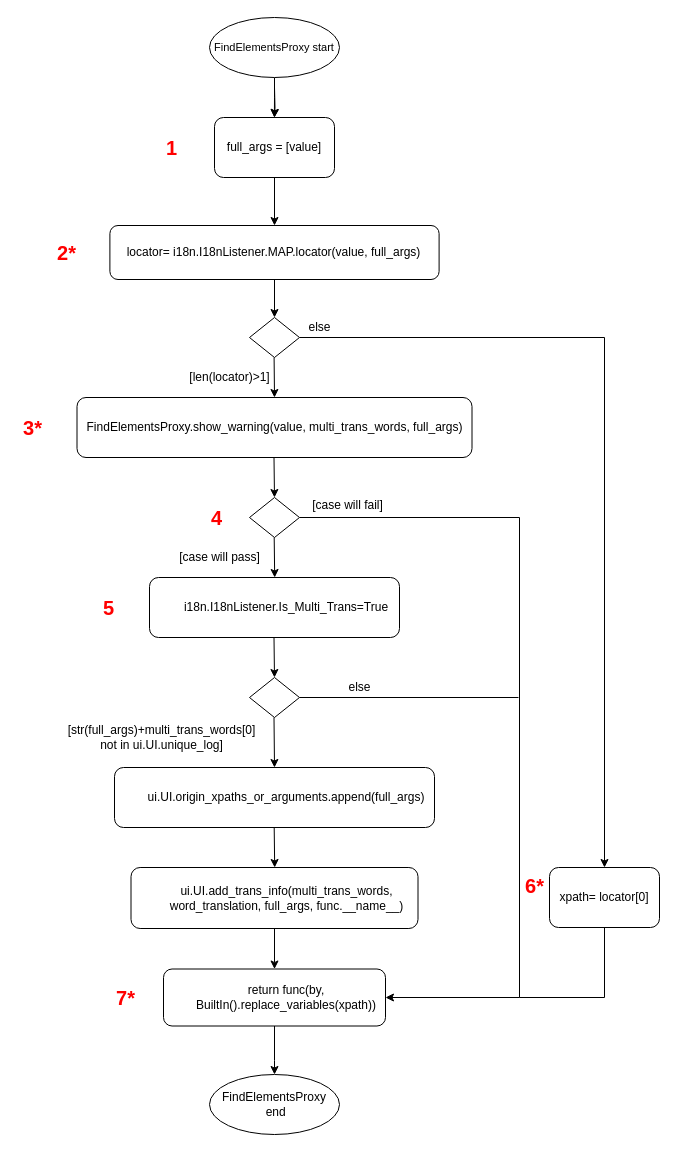
The draw.io diagram page "FindElementsProxy" (1 of 3) of UML/i18n flow chart.drawio in Rexmen/i18n, before the edit. Source tidied: cells renumbered, new cells numbered last; positions are measured from the earlier drawing's top-left corner, leaving out a move shared by most shapes. Both pictures are drawn from the tidied source at 100%, with x=0, y=0 at pixel (17, 17).
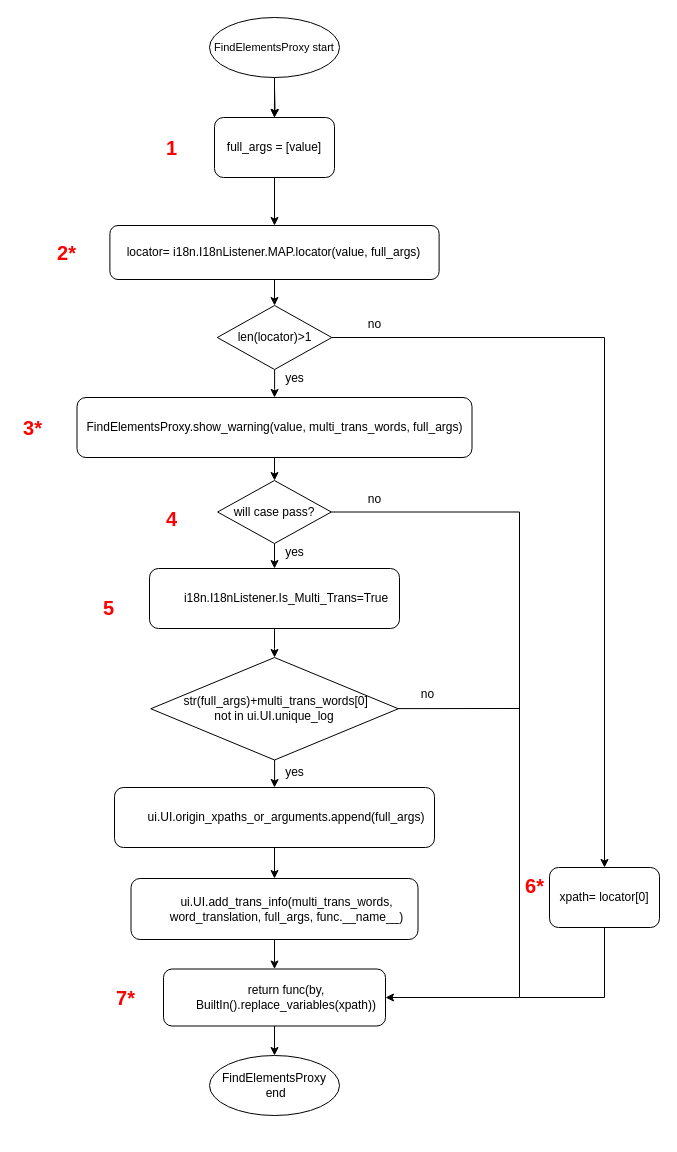
The same page after the edit.

Unchanged cells that the change refers to:
```xml
<mxCell id="6" value="&lt;span lang=&quot;EN-US&quot;&gt;&lt;font style=&quot;font-size: 12px&quot;&gt;locator= i18n.I18nListener.MAP.locator(value, full_args)&lt;/font&gt;&lt;/span&gt;" style="rounded=1;whiteSpace=wrap;html=1;" parent="1" vertex="1">
  <mxGeometry x="92.4" y="208" width="329.2" height="54" as="geometry" />
</mxCell>
<mxCell id="9" value="FindElementsProxy.show_warning(value, multi_trans_words, full_args)" style="rounded=1;whiteSpace=wrap;html=1;" parent="1" vertex="1">
  <mxGeometry x="59.5" y="380" width="395" height="60" as="geometry" />
</mxCell>
<mxCell id="22" value="xpath= locator[0]" style="rounded=1;whiteSpace=wrap;html=1;" parent="1" vertex="1">
  <mxGeometry x="532" y="850" width="110" height="60" as="geometry" />
</mxCell>
<mxCell id="24" value="&lt;p class=&quot;MsoListParagraph&quot; style=&quot;margin-left: 18.0pt ; text-indent: 0cm&quot;&gt;&lt;span lang=&quot;EN-US&quot;&gt;return func(by,&lt;br&gt;BuiltIn().replace_variables(xpath))&lt;/span&gt;&lt;/p&gt;" style="rounded=1;whiteSpace=wrap;html=1;" parent="1" vertex="1">
  <mxGeometry x="146" y="951.5" width="222" height="57" as="geometry" />
</mxCell>
```

The edit, as a diff of the source:
```diff
@@
-    <mxCell id="5" style="edgeStyle=orthogonalEdgeStyle;rounded=0;jettySize=auto;html=1;exitX=0.5;exitY=1;exitDx=0;exitDy=0;" parent="1" edge="1" source="6">
-      <mxGeometry relative="1" as="geometry">
-        <mxPoint x="257" y="300" as="targetPoint" />
-      </mxGeometry>
-    </mxCell>
+    <mxCell id="44" style="edgeStyle=orthogonalEdgeStyle;rounded=0;jettySize=auto;html=1;" parent="1" edge="1" source="6" target="50">
+      <mxGeometry relative="1" as="geometry" />
+    </mxCell>
@@
+    <mxCell id="45" style="edgeStyle=orthogonalEdgeStyle;rounded=0;jettySize=auto;html=1;" parent="1" edge="1" source="7" target="21">
+      <mxGeometry relative="1" as="geometry" />
+    </mxCell>
     <mxCell id="7" value="&lt;p class=&quot;MsoListParagraph&quot; style=&quot;margin-left: 18.0pt ; text-indent: 0cm&quot;&gt;&lt;span lang=&quot;EN-US&quot;&gt;ui.UI.origin_xpaths_or_arguments.append(full_args)&lt;/span&gt;&lt;/p&gt;" style="rounded=1;whiteSpace=wrap;html=1;" parent="1" vertex="1">
-      <mxGeometry x="97" y="750" width="320" height="60" as="geometry" />
+      <mxGeometry x="97" y="770" width="320" height="60" as="geometry" />
     </mxCell>
+    <mxCell id="46" style="edgeStyle=orthogonalEdgeStyle;rounded=0;jettySize=auto;html=1;" parent="1" edge="1" source="8" target="54">
+      <mxGeometry relative="1" as="geometry" />
+    </mxCell>
     <mxCell id="8" value="&lt;p class=&quot;MsoListParagraph&quot; style=&quot;margin-left: 18.0pt ; text-indent: 0cm&quot;&gt;&lt;span lang=&quot;EN-US&quot;&gt;i18n.I18nListener.Is_Multi_Trans=True&lt;/span&gt;&lt;/p&gt;" style="rounded=1;whiteSpace=wrap;html=1;" parent="1" vertex="1">
-      <mxGeometry x="132" y="560" width="250" height="60" as="geometry" />
+      <mxGeometry x="132" y="551" width="250" height="60" as="geometry" />
     </mxCell>
+    <mxCell id="47" style="edgeStyle=orthogonalEdgeStyle;rounded=0;jettySize=auto;html=1;" parent="1" edge="1" source="9" target="52">
+      <mxGeometry relative="1" as="geometry" />
+    </mxCell>
@@
-    <mxCell id="10" style="edgeStyle=orthogonalEdgeStyle;rounded=0;jettySize=auto;html=1;entryX=1;entryY=0.5;entryDx=0;entryDy=0;" parent="1" edge="1" target="24">
+    <mxCell id="10" style="edgeStyle=orthogonalEdgeStyle;rounded=0;jettySize=auto;html=1;entryX=1;entryY=0.5;entryDx=0;entryDy=0;" parent="1" edge="1" source="52" target="24">
       <mxGeometry relative="1" as="geometry">
-        <mxPoint x="282" y="500" as="sourcePoint" />
         <Array as="points">
-          <mxPoint x="502" y="500" />
+          <mxPoint x="502" y="495" />
           <mxPoint x="502" y="980" />
         </Array>
       </mxGeometry>
     </mxCell>
-    <mxCell id="11" value="else" style="text;html=1;align=center;verticalAlign=middle;strokeColor=none;" parent="1" vertex="1">
-      <mxGeometry x="282" y="300" width="40" height="20" as="geometry" />
+    <mxCell id="11" value="no" style="text;html=1;align=center;verticalAlign=middle;strokeColor=none;" parent="1" vertex="1">
+      <mxGeometry x="345" y="298" width="23" height="17" as="geometry" />
     </mxCell>
-    <mxCell id="12" value="[case will fail]" style="text;html=1;align=center;verticalAlign=middle;strokeColor=none;" parent="1" vertex="1">
-      <mxGeometry x="285" y="478" width="90" height="20" as="geometry" />
+    <mxCell id="12" value="no" style="text;html=1;align=center;verticalAlign=middle;strokeColor=none;" parent="1" vertex="1">
+      <mxGeometry x="345" y="473.5" width="23" height="17" as="geometry" />
     </mxCell>
-    <mxCell id="13" style="edgeStyle=orthogonalEdgeStyle;rounded=0;jettySize=auto;html=1;" parent="1" edge="1" source="14" target="22">
+    <mxCell id="13" style="edgeStyle=orthogonalEdgeStyle;rounded=0;jettySize=auto;html=1;" parent="1" edge="1" source="50" target="22">
       <mxGeometry relative="1" as="geometry">
         <Array as="points">
           <mxPoint x="587" y="320" />
         </Array>
       </mxGeometry>
     </mxCell>
-    <mxCell id="14" style="rhombus;whiteSpace=wrap;html=1;" parent="1" vertex="1">
-      <mxGeometry x="232" y="300" width="50" height="40" as="geometry" />
-    </mxCell>
-    <mxCell id="15" style="rhombus;whiteSpace=wrap;html=1;" parent="1" vertex="1">
-      <mxGeometry x="232" y="480" width="50" height="40" as="geometry" />
-    </mxCell>
-    <mxCell id="16" style="rhombus;whiteSpace=wrap;html=1;" parent="1" vertex="1">
-      <mxGeometry x="232" y="660" width="50" height="40" as="geometry" />
-    </mxCell>
-    <mxCell id="17" value="&lt;p class=&quot;MsoListParagraph&quot; style=&quot;margin-left: 18.0pt ; text-indent: 0cm&quot;&gt;&lt;span lang=&quot;EN-US&quot;&gt;[str(full_args)+multi_trans_words[0]&lt;br&gt;not in ui.UI.unique_log]&lt;/span&gt;&lt;/p&gt;" style="text;html=1;align=center;verticalAlign=middle;strokeColor=none;" parent="1" vertex="1">
-      <mxGeometry x="21" y="692" width="221" height="55" as="geometry" />
-    </mxCell>
-    <mxCell id="18" style="endArrow=classic;html=1;entryX=0.5;entryY=0;entryDx=0;entryDy=0;" parent="1" edge="1" target="16">
-      <mxGeometry relative="1" as="geometry">
-        <mxPoint x="256.5" y="620" as="sourcePoint" />
-      </mxGeometry>
-    </mxCell>
-    <mxCell id="19" style="endArrow=classic;html=1;entryX=0.5;entryY=0;entryDx=0;entryDy=0;" parent="1" edge="1" target="7">
-      <mxGeometry relative="1" as="geometry">
-        <mxPoint x="256.5" y="700" as="sourcePoint" />
-      </mxGeometry>
-    </mxCell>
-    <mxCell id="20" value="else" style="text;html=1;align=center;verticalAlign=middle;strokeColor=none;" parent="1" vertex="1">
-      <mxGeometry x="322" y="660" width="40" height="20" as="geometry" />
+    <mxCell id="20" value="no" style="text;html=1;align=center;verticalAlign=middle;strokeColor=none;" parent="1" vertex="1">
+      <mxGeometry x="398.6" y="668" width="23" height="17" as="geometry" />
     </mxCell>
+    <mxCell id="32" style="edgeStyle=orthogonalEdgeStyle;rounded=0;jettySize=auto;html=1;" parent="1" edge="1" source="21" target="24">
+      <mxGeometry relative="1" as="geometry" />
+    </mxCell>
     <mxCell id="21" value="&lt;p class=&quot;MsoListParagraph&quot; style=&quot;margin-left: 18.0pt ; text-indent: 0cm&quot;&gt;&lt;span lang=&quot;EN-US&quot;&gt;ui.UI.add_trans_info(multi_trans_words, word_translation, full_args, func.__name__)&lt;/span&gt;&lt;/p&gt;" style="rounded=1;whiteSpace=wrap;html=1;" parent="1" vertex="1">
-      <mxGeometry x="113.5" y="850" width="287" height="61" as="geometry" />
+      <mxGeometry x="113.5" y="861" width="287" height="61" as="geometry" />
     </mxCell>
@@
-    <mxCell id="23" style="edgeStyle=orthogonalEdgeStyle;rounded=0;jettySize=auto;html=1;" parent="1" edge="1" source="24">
-      <mxGeometry relative="1" as="geometry">
-        <mxPoint x="257" y="1057" as="targetPoint" />
-        <Array as="points">
-          <mxPoint x="257" y="1043" />
-          <mxPoint x="257" y="1043" />
-        </Array>
-      </mxGeometry>
-    </mxCell>
+    <mxCell id="48" style="edgeStyle=orthogonalEdgeStyle;rounded=0;jettySize=auto;html=1;" parent="1" edge="1" source="24" target="34">
+      <mxGeometry relative="1" as="geometry" />
+    </mxCell>
@@
-    <mxCell id="26" value="[len(locator)&amp;gt;1]" style="text;html=1;align=center;verticalAlign=middle;strokeColor=none;" parent="1" vertex="1">
-      <mxGeometry x="162" y="350" width="100" height="20" as="geometry" />
+    <mxCell id="26" value="yes" style="text;html=1;align=center;verticalAlign=middle;strokeColor=none;" parent="1" vertex="1">
+      <mxGeometry x="262" y="352" width="29" height="17" as="geometry" />
     </mxCell>
-    <mxCell id="27" style="endArrow=classic;html=1;" parent="1" edge="1">
-      <mxGeometry x="250" y="450" as="geometry">
-        <mxPoint x="256.6" y="340" as="sourcePoint" />
-        <mxPoint x="257" y="380" as="targetPoint" />
-      </mxGeometry>
-    </mxCell>
-    <mxCell id="28" value="[case will pass]" style="text;html=1;align=center;verticalAlign=middle;strokeColor=none;" parent="1" vertex="1">
-      <mxGeometry x="152" y="530" width="100" height="20" as="geometry" />
+    <mxCell id="28" value="yes" style="text;html=1;align=center;verticalAlign=middle;strokeColor=none;" parent="1" vertex="1">
+      <mxGeometry x="262" y="526" width="29" height="17" as="geometry" />
     </mxCell>
-    <mxCell id="29" style="endArrow=classic;html=1;" parent="1" edge="1">
-      <mxGeometry x="249.9" y="550" as="geometry">
-        <mxPoint x="256.5" y="440" as="sourcePoint" />
-        <mxPoint x="257" y="480" as="targetPoint" />
-      </mxGeometry>
-    </mxCell>
-    <mxCell id="30" style="endArrow=classic;html=1;" parent="1" edge="1">
-      <mxGeometry x="250.1" y="630" as="geometry">
-        <mxPoint x="256.7" y="520" as="sourcePoint" />
-        <mxPoint x="257.2" y="560" as="targetPoint" />
-      </mxGeometry>
-    </mxCell>
-    <mxCell id="31" style="endArrow=classic;html=1;entryX=0.5;entryY=0;entryDx=0;entryDy=0;" parent="1" edge="1">
-      <mxGeometry relative="1" as="geometry">
-        <mxPoint x="256.7" y="810" as="sourcePoint" />
-        <mxPoint x="257.2" y="850" as="targetPoint" />
-      </mxGeometry>
-    </mxCell>
-    <mxCell id="32" style="endArrow=classic;html=1;" parent="1" edge="1" source="21" target="24">
-      <mxGeometry relative="1" as="geometry" />
-    </mxCell>
@@
     <mxCell id="34" value="FindElementsProxy&lt;br&gt;&amp;nbsp;end" style="ellipse;whiteSpace=wrap;html=1;" parent="1" vertex="1">
-      <mxGeometry x="192" y="1057" width="130" height="60" as="geometry" />
+      <mxGeometry x="192" y="1038" width="130" height="60" as="geometry" />
     </mxCell>
-    <mxCell id="35" style="endArrow=none;html=1;exitX=1;exitY=0.5;exitDx=0;exitDy=0;" parent="1" edge="1" source="16">
+    <mxCell id="35" style="endArrow=none;html=1;" parent="1" edge="1" source="54">
       <mxGeometry relative="1" as="geometry">
-        <mxPoint x="501" y="680" as="targetPoint" />
-        <Array as="points">
-          <mxPoint x="501" y="680" />
-        </Array>
+        <mxPoint x="502" y="691" as="targetPoint" />
       </mxGeometry>
     </mxCell>
@@
     <mxCell id="41" value="&lt;b style=&quot;color: rgb(255 , 0 , 0) ; font-size: 20px&quot;&gt;4&lt;/b&gt;" style="text;html=1;align=center;verticalAlign=middle;strokeColor=none;" parent="1" vertex="1">
-      <mxGeometry x="188" y="490" width="21" height="20" as="geometry" />
+      <mxGeometry x="143" y="490.5" width="21" height="20" as="geometry" />
     </mxCell>
@@
+    <mxCell id="49" style="edgeStyle=orthogonalEdgeStyle;rounded=0;jettySize=auto;html=1;" parent="1" edge="1" source="50" target="9">
+      <mxGeometry relative="1" as="geometry" />
+    </mxCell>
+    <mxCell id="50" value="len(locator)&amp;gt;1" style="rhombus;whiteSpace=wrap;html=1;" parent="1" vertex="1">
+      <mxGeometry x="199.8" y="288" width="114.5" height="64" as="geometry" />
+    </mxCell>
+    <mxCell id="51" style="edgeStyle=orthogonalEdgeStyle;rounded=0;jettySize=auto;html=1;" parent="1" edge="1" source="52" target="8">
+      <mxGeometry relative="1" as="geometry" />
+    </mxCell>
+    <mxCell id="52" value="will case pass?" style="rhombus;whiteSpace=wrap;html=1;" parent="1" vertex="1">
+      <mxGeometry x="200.1" y="463" width="113.7" height="63" as="geometry" />
+    </mxCell>
+    <mxCell id="53" style="edgeStyle=orthogonalEdgeStyle;rounded=0;jettySize=auto;html=1;" parent="1" edge="1" source="54" target="7">
+      <mxGeometry relative="1" as="geometry" />
+    </mxCell>
+    <mxCell id="54" value="&lt;span&gt;&amp;nbsp;str(full_args)+multi_trans_words[0]&lt;/span&gt;&lt;br&gt;&lt;span&gt;not in ui.UI.unique_log&lt;/span&gt;" style="rhombus;whiteSpace=wrap;html=1;" parent="1" vertex="1">
+      <mxGeometry x="133.3" y="640" width="247.5" height="102.5" as="geometry" />
+    </mxCell>
+    <mxCell id="55" value="yes" style="text;html=1;align=center;verticalAlign=middle;strokeColor=none;" parent="1" vertex="1">
+      <mxGeometry x="262" y="746" width="29" height="17" as="geometry" />
+    </mxCell>
```
